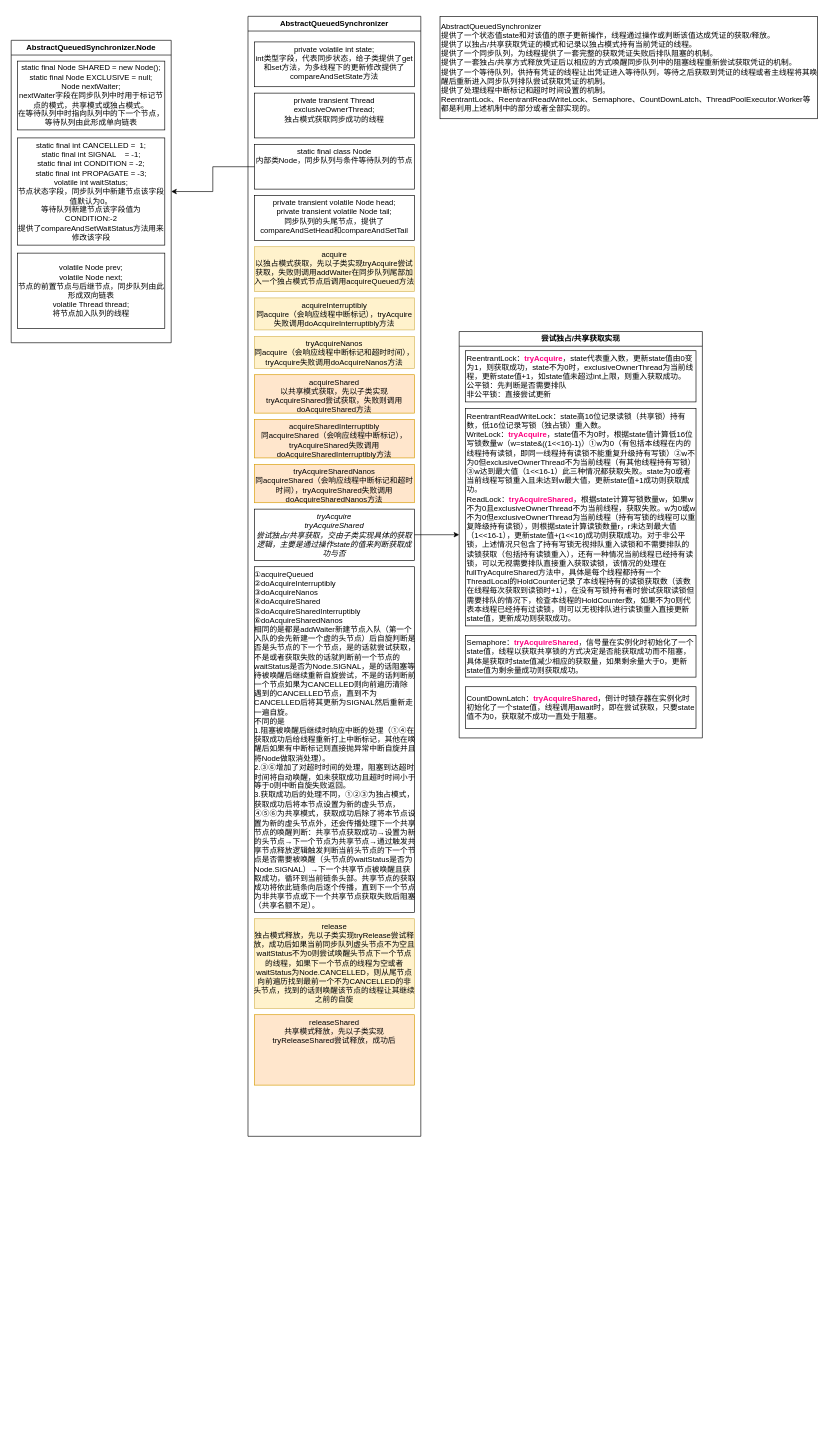
This is AbstractQueuedSynchronizer.drawio from a7956232/drawIOFiles, a draw.io file, before an edit. Source tidied: cells renumbered, new cells numbered last; positions are measured from the earlier drawing's top-left corner, leaving out a move shared by most shapes. Both pictures are drawn from the tidied source at 64%, with x=0, y=0 at pixel (11, 16).
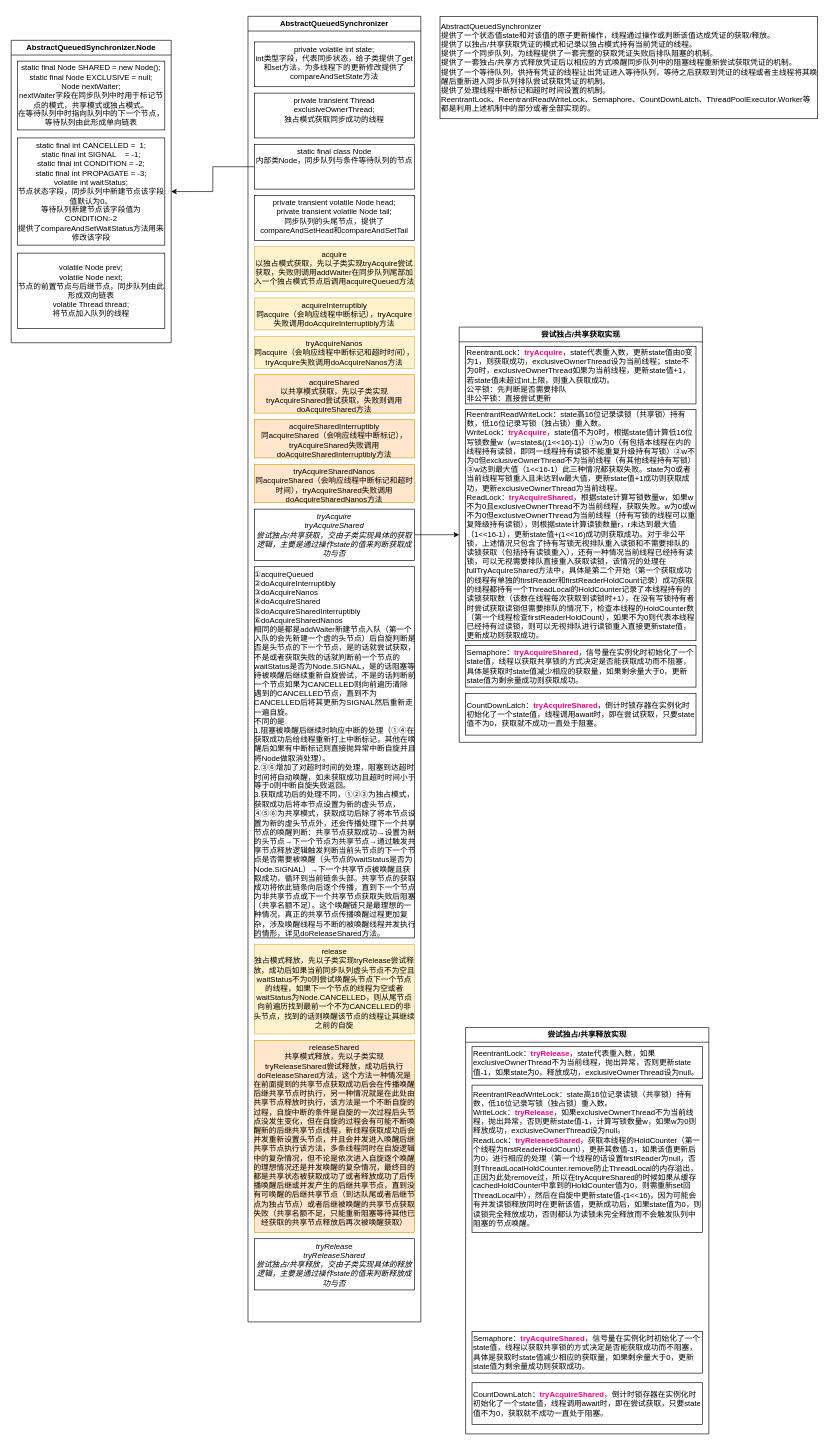
The same page after the edit.

Diff of the diagram source:
```diff
@@
     <mxCell id="2" value="&lt;pre style=&quot;&quot;&gt;&lt;font style=&quot;font-size: 12px;&quot; face=&quot;Helvetica&quot;&gt;AbstractQueuedSynchronizer&lt;/font&gt;&lt;/pre&gt;" style="swimlane;whiteSpace=wrap;html=1;" parent="1" vertex="1">
-      <mxGeometry x="370" width="270" height="1750" as="geometry" />
+      <mxGeometry x="370" width="270" height="2040" as="geometry" />
     </mxCell>
@@
-    <mxCell id="14" value="①acquireQueued&#10;②doAcquireInterruptibly&#10;③doAcquireNanos&#10;④doAcquireShared&#10;⑤doAcquireSharedInterruptibly&#10;⑥doAcquireSharedNanos&#10;相同的是都是addWaiter新建节点入队（第一个入队的会先新建一个虚的头节点）后自旋判断是否是头节点的下一个节点，是的话就尝试获取，不是或者获取失败的话就判断前一个节点的waitStatus是否为Node.SIGNAL，是的话阻塞等待被唤醒后继续重新自旋尝试，不是的话判断前一个节点如果为CANCELLED则向前遍历清除遇到的CANCELLED节点，直到不为CANCELLED后将其更新为SIGNAL然后重新走一遍自旋。&#10;不同的是&#10;1.阻塞被唤醒后继续时响应中断的处理（①④在获取成功后给线程重新打上中断标记，其他在唤醒后如果有中断标记则直接抛异常中断自旋并且将Node做取消处理）。&#10;2.③⑥增加了对超时时间的处理，阻塞到达超时时间将自动唤醒，如未获取成功且超时时间小于等于0则中断自旋失败返回。&#10;3.获取成功后的处理不同，①②③为独占模式，获取成功后将本节点设置为新的虚头节点，④⑤⑥为共享模式，获取成功后除了将本节点设置为新的虚头节点外，还会传播处理下一个共享节点的唤醒判断：共享节点获取成功→设置为新的头节点→下一个节点为共享节点→通过触发共享节点释放逻辑触发判断当前头节点的下一个节点是否需要被唤醒（头节点的waitStatus是否为Node.SIGNAL）→下一个共享节点被唤醒且获取成功，循环到当前链条头部。共享节点的获取成功将依此链条向后逐个传播，直到下一个节点为非共享节点或下一个共享节点获取失败后阻塞（共享名额不足）。" style="rounded=0;whiteSpace=wrap;labelBackgroundColor=none;fontFamily=Helvetica;fontSize=12;fontColor=#000000;verticalAlign=top;spacing=0;align=left;" parent="2" vertex="1">
-      <mxGeometry x="10" y="860" width="250" height="540" as="geometry" />
+    <mxCell id="14" value="①acquireQueued&#10;②doAcquireInterruptibly&#10;③doAcquireNanos&#10;④doAcquireShared&#10;⑤doAcquireSharedInterruptibly&#10;⑥doAcquireSharedNanos&#10;相同的是都是addWaiter新建节点入队（第一个入队的会先新建一个虚的头节点）后自旋判断是否是头节点的下一个节点，是的话就尝试获取，不是或者获取失败的话就判断前一个节点的waitStatus是否为Node.SIGNAL，是的话阻塞等待被唤醒后继续重新自旋尝试，不是的话判断前一个节点如果为CANCELLED则向前遍历清除遇到的CANCELLED节点，直到不为CANCELLED后将其更新为SIGNAL然后重新走一遍自旋。&#10;不同的是&#10;1.阻塞被唤醒后继续时响应中断的处理（①④在获取成功后给线程重新打上中断标记，其他在唤醒后如果有中断标记则直接抛异常中断自旋并且将Node做取消处理）。&#10;2.③⑥增加了对超时时间的处理，阻塞到达超时时间将自动唤醒，如未获取成功且超时时间小于等于0则中断自旋失败返回。&#10;3.获取成功后的处理不同，①②③为独占模式，获取成功后将本节点设置为新的虚头节点，④⑤⑥为共享模式，获取成功后除了将本节点设置为新的虚头节点外，还会传播处理下一个共享节点的唤醒判断：共享节点获取成功→设置为新的头节点→下一个节点为共享节点→通过触发共享节点释放逻辑触发判断当前头节点的下一个节点是否需要被唤醒（头节点的waitStatus是否为Node.SIGNAL）→下一个共享节点被唤醒且获取成功，循环到当前链条头部。共享节点的获取成功将依此链条向后逐个传播，直到下一个节点为非共享节点或下一个共享节点获取失败后阻塞（共享名额不足）。这个唤醒链只是最理想的一种情况，真正的共享节点传播唤醒过程更加复杂，涉及唤醒线程与不断的被唤醒线程并发执行的情形，详见doReleaseShared方法。" style="rounded=0;whiteSpace=wrap;labelBackgroundColor=none;fontFamily=Helvetica;fontSize=12;fontColor=#000000;verticalAlign=top;spacing=0;align=left;" parent="2" vertex="1">
+      <mxGeometry x="10" y="860" width="250" height="580" as="geometry" />
     </mxCell>
     <mxCell id="15" value="release&#10;独占模式释放，先以子类实现tryRelease尝试释放，成功后如果当前同步队列虚头节点不为空且waitStatus不为0则尝试唤醒头节点下一个节点的线程，如果下一个节点的线程为空或者waitStatus为Node.CANCELLED，则从尾节点向前遍历找到最前一个不为CANCELLED的非头节点，找到的话则唤醒该节点的线程让其继续之前的自旋" style="rounded=0;whiteSpace=wrap;labelBackgroundColor=none;fontFamily=Helvetica;fontSize=12;verticalAlign=top;spacing=0;fillColor=#fff2cc;strokeColor=#d6b656;" parent="2" vertex="1">
-      <mxGeometry x="10" y="1410" width="250" height="140" as="geometry" />
+      <mxGeometry x="10" y="1450" width="250" height="140" as="geometry" />
     </mxCell>
-    <mxCell id="16" value="releaseShared&#10;共享模式释放，先以子类实现tryReleaseShared尝试释放，成功后" style="rounded=0;whiteSpace=wrap;labelBackgroundColor=none;fontFamily=Helvetica;fontSize=12;verticalAlign=top;spacing=0;fillColor=#ffe6cc;strokeColor=#d79b00;" parent="2" vertex="1">
-      <mxGeometry x="10" y="1560" width="250" height="110" as="geometry" />
+    <mxCell id="16" value="releaseShared&#10;共享模式释放，先以子类实现tryReleaseShared尝试释放，成功后执行doReleaseShared方法，这个方法一种情况是在前面提到的共享节点获取成功后会在传播唤醒后继共享节点时执行，另一种情况就是在此处由共享节点释放时执行，该方法是一个不断自旋的过程，自旋中断的条件是自旋的一次过程后头节点没发生变化，但在自旋的过程会有可能不断唤醒新的后继共享节点线程，新线程获取成功后会并发重新设置头节点，并且会并发进入唤醒后继共享节点执行该方法，多条线程同时在自旋逻辑中的复杂情况，但不论是依次进入自旋逐个唤醒的理想情况还是并发唤醒的复杂情况，最终目的都是共享状态被获取成功了或者释放成功了后传播唤醒后继或并发产生的后继共享节点，直到没有可唤醒的后继共享节点（到达队尾或者后继节点为独占节点）或者后继被唤醒的共享节点获取失败（共享名额不足，只能重新阻塞等待其他已经获取的共享节点释放后再次被唤醒获取）" style="rounded=0;whiteSpace=wrap;labelBackgroundColor=none;fontFamily=Helvetica;fontSize=12;verticalAlign=top;spacing=0;fillColor=#ffe6cc;strokeColor=#d79b00;" parent="2" vertex="1">
+      <mxGeometry x="10" y="1600" width="250" height="300" as="geometry" />
     </mxCell>
+    <mxCell id="29" value="tryRelease&#10;tryReleaseShared&#10;尝试独占/共享释放，交由子类实现具体的释放逻辑，主要是通过操作state的值来判断释放成功与否" style="rounded=0;whiteSpace=wrap;labelBackgroundColor=none;fontFamily=Helvetica;fontSize=12;fontColor=#000000;verticalAlign=top;spacing=0;fontStyle=2;" parent="2" vertex="1">
+      <mxGeometry x="10" y="1910" width="250" height="80" as="geometry" />
+    </mxCell>
@@
     <mxCell id="23" value="尝试独占/共享获取实现" style="swimlane;whiteSpace=wrap;html=1;rounded=0;labelBackgroundColor=none;strokeColor=default;fontFamily=Helvetica;fontSize=12;fontColor=#000000;fillColor=default;" parent="1" vertex="1">
-      <mxGeometry x="700" y="492.5" width="380" height="635" as="geometry" />
+      <mxGeometry x="700" y="485.6" width="380" height="648.8" as="geometry" />
     </mxCell>
-    <mxCell id="24" value="ReentrantLock：&lt;b&gt;&lt;font color=&quot;#ff0080&quot;&gt;tryAcquire&lt;/font&gt;&lt;/b&gt;，state代表重入数，更新state值由0变为1，则获取成功，state不为0时，exclusiveOwnerThread为当前线程，更新state值+1，如state值未超过int上限，则重入获取成功。&lt;br&gt;公平锁：先判断是否需要排队&lt;br&gt;非公平锁：直接尝试更新" style="rounded=0;whiteSpace=wrap;html=1;labelBackgroundColor=none;strokeColor=default;fontFamily=Helvetica;fontSize=12;fontColor=#000000;fillColor=default;align=left;" parent="23" vertex="1">
-      <mxGeometry x="10" y="30" width="360" height="80" as="geometry" />
+    <mxCell id="24" value="ReentrantLock：&lt;b&gt;&lt;font color=&quot;#ff0080&quot;&gt;tryAcquire&lt;/font&gt;&lt;/b&gt;，state代表重入数，更新state值由0变为1，则获取成功，exclusiveOwnerThread设为当前线程；state不为0时，exclusiveOwnerThread如果为当前线程，更新state值+1，若state值未超过int上限，则重入获取成功。&lt;br&gt;公平锁：先判断是否需要排队&lt;br&gt;非公平锁：直接尝试更新" style="rounded=0;whiteSpace=wrap;html=1;labelBackgroundColor=none;strokeColor=default;fontFamily=Helvetica;fontSize=12;fontColor=#000000;fillColor=default;align=left;" parent="23" vertex="1">
+      <mxGeometry x="10" y="30" width="360" height="90" as="geometry" />
     </mxCell>
-    <mxCell id="25" value="ReentrantReadWriteLock：state高16位记录读锁（共享锁）持有数，低16位记录写锁（独占锁）重入数。&lt;br&gt;WriteLock：&lt;b&gt;&lt;font color=&quot;#ff0080&quot;&gt;tryAcquire&lt;/font&gt;&lt;/b&gt;，state值不为0时，根据state值计算低16位写锁数量w（w=state&amp;amp;((1&amp;lt;&amp;lt;16)-1)）①w为0（有包括本线程在内的线程持有读锁，即同一线程持有读锁不能重复升级持有写锁）②w不为0但exclusiveOwnerThread不为当前线程（有其他线程持有写锁）③w达到最大值（1&amp;lt;&amp;lt;16-1）此三种情况都获取失败。state为0或者当前线程写锁重入且未达到w最大值，更新state值+1成功则获取成功。&lt;br&gt;ReadLock：&lt;b&gt;&lt;font color=&quot;#ff0080&quot;&gt;tryAcquireShared&lt;/font&gt;&lt;/b&gt;，根据state计算写锁数量w，如果w不为0且exclusiveOwnerThread不为当前线程，获取失败。w为0或w不为0但exclusiveOwnerThread为当前线程（持有写锁的线程可以重复降级持有读锁），则根据state计算读锁数量r，r未达到最大值（1&amp;lt;&amp;lt;16-1），更新state值+(1&amp;lt;&amp;lt;16)成功则获取成功。对于非公平锁，上述情况只包含了持有写锁无视排队重入读锁和不需要排队的读锁获取（包括持有读锁重入），还有一种情况当前线程已经持有读锁，可以无视需要排队直接重入获取读锁，该情况的处理在fullTryAcquireShared方法中，具体是每个线程都持有一个ThreadLocal的HoldCounter记录了本线程持有的读锁获取数（该数在线程每次获取到读锁时+1），在没有写锁持有者时尝试获取读锁但需要排队的情况下，检查本线程的HoldCounter数，如果不为0则代表本线程已经持有过读锁，则可以无视排队进行读锁重入直接更新state值，更新成功则获取成功。" style="rounded=0;whiteSpace=wrap;html=1;labelBackgroundColor=none;strokeColor=default;fontFamily=Helvetica;fontSize=12;fontColor=#000000;fillColor=default;align=left;" parent="23" vertex="1">
-      <mxGeometry x="10" y="120" width="360" height="340" as="geometry" />
+    <mxCell id="25" value="ReentrantReadWriteLock：state高16位记录读锁（共享锁）持有数，低16位记录写锁（独占锁）重入数。&lt;br&gt;WriteLock：&lt;b&gt;&lt;font color=&quot;#ff0080&quot;&gt;tryAcquire&lt;/font&gt;&lt;/b&gt;，state值不为0时，根据state值计算低16位写锁数量w（w=state&amp;amp;((1&amp;lt;&amp;lt;16)-1)）①w为0（有包括本线程在内的线程持有读锁，即同一线程持有读锁不能重复升级持有写锁）②w不为0但exclusiveOwnerThread不为当前线程（有其他线程持有写锁）③w达到最大值（1&amp;lt;&amp;lt;16-1）此三种情况都获取失败。state为0或者当前线程写锁重入且未达到w最大值，更新state值+1成功则获取成功，更新exclusiveOwnerThread为当前线程。&lt;br&gt;ReadLock：&lt;b&gt;&lt;font color=&quot;#ff0080&quot;&gt;tryAcquireShared&lt;/font&gt;&lt;/b&gt;，根据state计算写锁数量w，如果w不为0且exclusiveOwnerThread不为当前线程，获取失败。w为0或w不为0但exclusiveOwnerThread为当前线程（持有写锁的线程可以重复降级持有读锁），则根据state计算读锁数量r，r未达到最大值（1&amp;lt;&amp;lt;16-1），更新state值+(1&amp;lt;&amp;lt;16)成功则获取成功。对于非公平锁，上述情况只包含了持有写锁无视排队重入读锁和不需要排队的读锁获取（包括持有读锁重入），还有一种情况当前线程已经持有读锁，可以无视需要排队直接重入获取读锁，该情况的处理在fullTryAcquireShared方法中，具体是第二个开始（第一个获取成功的线程有单独的firstReader和firstReaderHoldCount记录）成功获取的线程都持有一个ThreadLocal的HoldCounter记录了本线程持有的读锁获取数（该数在线程每次获取到读锁时+1），在没有写锁持有者时尝试获取读锁但需要排队的情况下，检查本线程的HoldCounter数（第一个线程检查firstReaderHoldCount），如果不为0则代表本线程已经持有过读锁，则可以无视排队进行读锁重入直接更新state值，更新成功则获取成功。" style="rounded=0;whiteSpace=wrap;html=1;labelBackgroundColor=none;strokeColor=default;fontFamily=Helvetica;fontSize=12;fontColor=#000000;fillColor=default;align=left;" parent="23" vertex="1">
+      <mxGeometry x="10" y="128.8" width="360" height="361.2" as="geometry" />
     </mxCell>
     <mxCell id="26" value="Semaphore：&lt;b&gt;&lt;font color=&quot;#ff0080&quot;&gt;tryAcquireShared&lt;/font&gt;&lt;/b&gt;，信号量在实例化时初始化了一个state值，线程以获取共享锁的方式决定是否能获取成功而不阻塞，具体是获取时state值减少相应的获取量，如果剩余量大于0，更新state值为剩余量成功则获取成功。" style="rounded=0;whiteSpace=wrap;html=1;labelBackgroundColor=none;strokeColor=default;fontFamily=Helvetica;fontSize=12;fontColor=#000000;fillColor=default;align=left;" parent="23" vertex="1">
-      <mxGeometry x="10" y="475" width="360" height="65" as="geometry" />
+      <mxGeometry x="10" y="497.5" width="360" height="65" as="geometry" />
     </mxCell>
     <mxCell id="27" value="CountDownLatch：&lt;b&gt;&lt;font color=&quot;#ff0080&quot;&gt;tryAcquireShared&lt;/font&gt;&lt;/b&gt;，倒计时锁存器在实例化时初始化了一个state值，线程调用await时，即在尝试获取，只要state值不为0，获取就不成功一直处于阻塞。" style="rounded=0;whiteSpace=wrap;html=1;labelBackgroundColor=none;strokeColor=default;fontFamily=Helvetica;fontSize=12;fontColor=#000000;fillColor=default;align=left;" parent="23" vertex="1">
-      <mxGeometry x="10" y="555" width="360" height="65" as="geometry" />
+      <mxGeometry x="10" y="572.5" width="360" height="65" as="geometry" />
     </mxCell>
@@
+    <mxCell id="30" value="尝试独占/共享释放实现" style="swimlane;whiteSpace=wrap;html=1;rounded=0;labelBackgroundColor=none;strokeColor=default;fontFamily=Helvetica;fontSize=12;fontColor=#000000;fillColor=default;" parent="1" vertex="1">
+      <mxGeometry x="710" y="1580" width="380" height="635" as="geometry" />
+    </mxCell>
+    <mxCell id="31" value="ReentrantLock：&lt;b&gt;&lt;font color=&quot;#ff0080&quot;&gt;tryRelease&lt;/font&gt;&lt;/b&gt;，state代表重入数，如果exclusiveOwnerThread不为当前线程，抛出异常，否则更新state值-1，如果state为0，释放成功，exclusiveOwnerThread设为null。" style="rounded=0;whiteSpace=wrap;html=1;labelBackgroundColor=none;strokeColor=default;fontFamily=Helvetica;fontSize=12;fontColor=#000000;fillColor=default;align=left;" parent="30" vertex="1">
+      <mxGeometry x="10" y="30" width="360" height="50" as="geometry" />
+    </mxCell>
+    <mxCell id="32" value="ReentrantReadWriteLock：state高16位记录读锁（共享锁）持有数，低16位记录写锁（独占锁）重入数。&lt;br&gt;WriteLock：&lt;b&gt;&lt;font color=&quot;#ff0080&quot;&gt;tryRelease&lt;/font&gt;&lt;/b&gt;，如果exclusiveOwnerThread不为当前线程，抛出异常，否则更新state值-1，计算写锁数量w，如果w为0则释放成功，exclusiveOwnerThread设为null。&lt;br&gt;ReadLock：&lt;b&gt;&lt;font color=&quot;#ff0080&quot;&gt;tryReleaseShared&lt;/font&gt;&lt;/b&gt;，获取本线程的HoldCounter（第一个线程为firstReaderHoldCount），更新其数值-1，如果该值更新后为0，进行相应的处理（第一个线程的话设置firstReader为null，否则ThreadLocalHoldCounter.remove防止ThreadLocal的内存溢出，正因为此处remove过，所以在tryAcquireShared的时候如果从缓存cachedHoldCounter中拿到的HoldCounter值为0，则需重新set回ThreadLocal中），然后在自旋中更新state值-(1&amp;lt;&amp;lt;16)，因为可能会有并发读锁释放同时在更新该值，更新成功后，如果state值为0，则读锁完全释放成功，否则都认为读锁未完全释放而不会触发队列中阻塞的节点唤醒。" style="rounded=0;whiteSpace=wrap;html=1;labelBackgroundColor=none;strokeColor=default;fontFamily=Helvetica;fontSize=12;fontColor=#000000;fillColor=default;align=left;" parent="30" vertex="1">
+      <mxGeometry x="10" y="90" width="360" height="230" as="geometry" />
+    </mxCell>
+    <mxCell id="33" value="Semaphore：&lt;b&gt;&lt;font color=&quot;#ff0080&quot;&gt;tryAcquireShared&lt;/font&gt;&lt;/b&gt;，信号量在实例化时初始化了一个state值，线程以获取共享锁的方式决定是否能获取成功而不阻塞，具体是获取时state值减少相应的获取量，如果剩余量大于0，更新state值为剩余量成功则获取成功。" style="rounded=0;whiteSpace=wrap;html=1;labelBackgroundColor=none;strokeColor=default;fontFamily=Helvetica;fontSize=12;fontColor=#000000;fillColor=default;align=left;" parent="30" vertex="1">
+      <mxGeometry x="10" y="475" width="360" height="65" as="geometry" />
+    </mxCell>
+    <mxCell id="34" value="CountDownLatch：&lt;b&gt;&lt;font color=&quot;#ff0080&quot;&gt;tryAcquireShared&lt;/font&gt;&lt;/b&gt;，倒计时锁存器在实例化时初始化了一个state值，线程调用await时，即在尝试获取，只要state值不为0，获取就不成功一直处于阻塞。" style="rounded=0;whiteSpace=wrap;html=1;labelBackgroundColor=none;strokeColor=default;fontFamily=Helvetica;fontSize=12;fontColor=#000000;fillColor=default;align=left;" parent="30" vertex="1">
+      <mxGeometry x="10" y="555" width="360" height="65" as="geometry" />
+    </mxCell>
```
